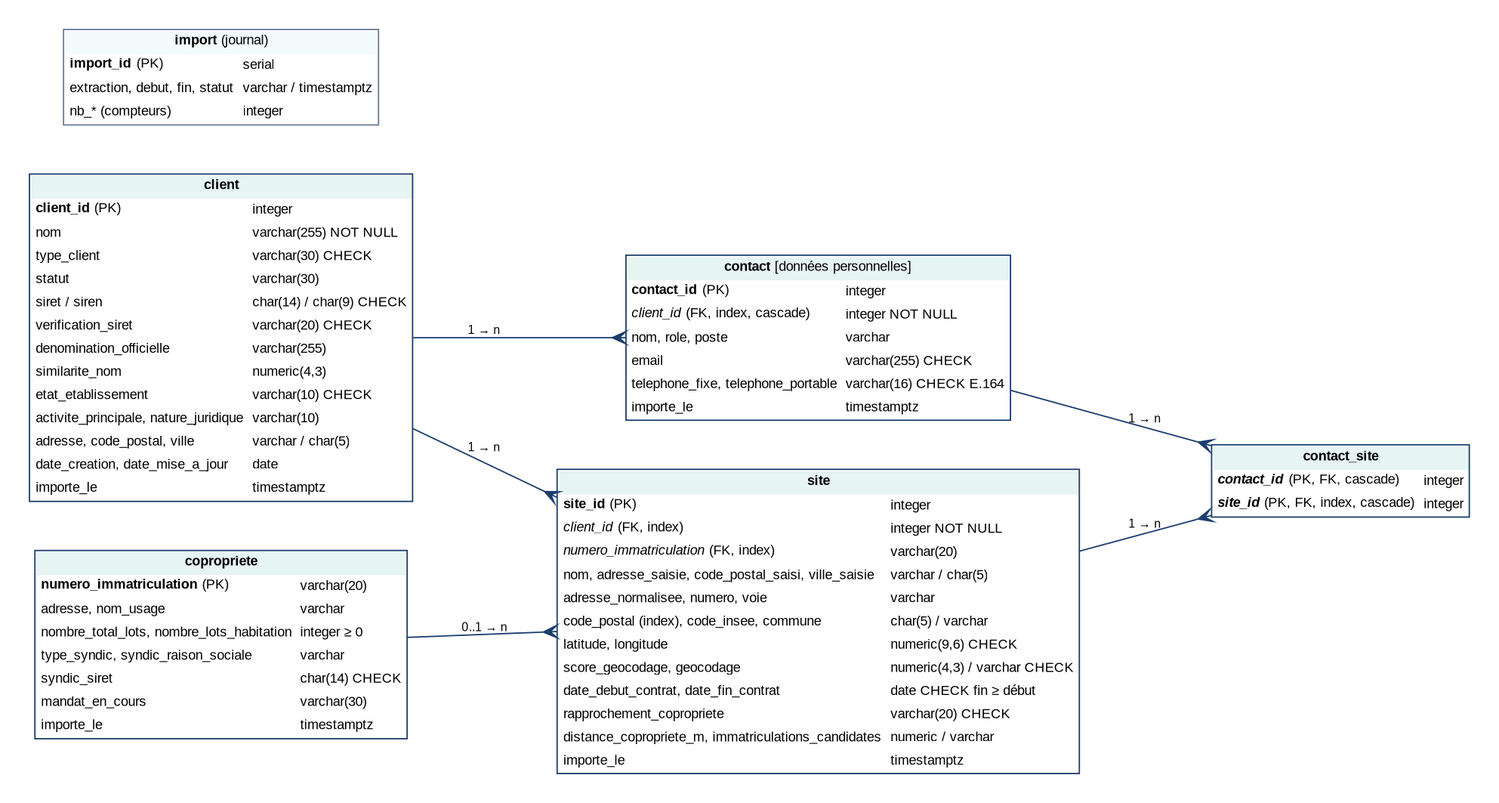
Above: docs/merise/mpd.png in nexo-rncp37827/nexo-data-pipeline (Graphviz), before the change. Its source is kept beside it as docs/merise/mpd.dot. Source of this version:
```dot
digraph MPD {
  graph [rankdir=LR, fontname="Arial", nodesep=0.5, ranksep=1.0, pad=0.3, bgcolor="white"];
  node  [shape=plain, fontname="Arial", fontsize=10];
  edge  [color="#1B3D6E", arrowhead=crow, arrowtail=none, fontname="Arial", fontsize=9];

  client [label=<<table border="1" cellborder="0" cellspacing="0" cellpadding="3" color="#1B3D6E">
    <tr><td bgcolor="#E6F4F2" colspan="2"><b>client</b></td></tr>
    <tr><td align="left"><b>client_id</b> (PK)</td><td align="left">integer</td></tr>
    <tr><td align="left">nom</td><td align="left">varchar(255) NOT NULL</td></tr>
    <tr><td align="left">type_client</td><td align="left">varchar(30) CHECK</td></tr>
    <tr><td align="left">statut</td><td align="left">varchar(30)</td></tr>
    <tr><td align="left">siret / siren</td><td align="left">char(14) / char(9) CHECK</td></tr>
    <tr><td align="left">verification_siret</td><td align="left">varchar(20) CHECK</td></tr>
    <tr><td align="left">denomination_officielle</td><td align="left">varchar(255)</td></tr>
    <tr><td align="left">similarite_nom</td><td align="left">numeric(4,3)</td></tr>
    <tr><td align="left">etat_etablissement</td><td align="left">varchar(10) CHECK</td></tr>
    <tr><td align="left">activite_principale, nature_juridique</td><td align="left">varchar(10)</td></tr>
    <tr><td align="left">adresse, code_postal, ville</td><td align="left">varchar / char(5)</td></tr>
    <tr><td align="left">date_creation, date_mise_a_jour</td><td align="left">date</td></tr>
    <tr><td align="left">importe_le</td><td align="left">timestamptz</td></tr></table>>];

  copropriete [label=<<table border="1" cellborder="0" cellspacing="0" cellpadding="3" color="#1B3D6E">
    <tr><td bgcolor="#E6F4F2" colspan="2"><b>copropriete</b></td></tr>
    <tr><td align="left"><b>numero_immatriculation</b> (PK)</td><td align="left">varchar(20)</td></tr>
    <tr><td align="left">adresse, nom_usage</td><td align="left">varchar</td></tr>
    <tr><td align="left">nombre_total_lots, nombre_lots_habitation</td><td align="left">integer ≥ 0</td></tr>
    <tr><td align="left">type_syndic, syndic_raison_sociale</td><td align="left">varchar</td></tr>
    <tr><td align="left">syndic_siret</td><td align="left">char(14) CHECK</td></tr>
    <tr><td align="left">mandat_en_cours</td><td align="left">varchar(30)</td></tr>
    <tr><td align="left">importe_le</td><td align="left">timestamptz</td></tr></table>>];

  site [label=<<table border="1" cellborder="0" cellspacing="0" cellpadding="3" color="#1B3D6E">
    <tr><td bgcolor="#E6F4F2" colspan="2"><b>site</b></td></tr>
    <tr><td align="left"><b>site_id</b> (PK)</td><td align="left">integer</td></tr>
    <tr><td align="left" port="c"><i>client_id</i> (FK, index)</td><td align="left">integer NOT NULL</td></tr>
    <tr><td align="left" port="co"><i>numero_immatriculation</i> (FK, index)</td><td align="left">varchar(20)</td></tr>
    <tr><td align="left">nom, adresse_saisie, code_postal_saisi, ville_saisie</td><td align="left">varchar / char(5)</td></tr>
    <tr><td align="left">adresse_normalisee, numero, voie</td><td align="left">varchar</td></tr>
    <tr><td align="left">code_postal (index), code_insee, commune</td><td align="left">char(5) / varchar</td></tr>
    <tr><td align="left">latitude, longitude</td><td align="left">numeric(9,6) CHECK</td></tr>
    <tr><td align="left">score_geocodage, geocodage</td><td align="left">numeric(4,3) / varchar CHECK</td></tr>
    <tr><td align="left">date_debut_contrat, date_fin_contrat</td><td align="left">date CHECK fin ≥ début</td></tr>
    <tr><td align="left">rapprochement_copropriete</td><td align="left">varchar(20) CHECK</td></tr>
    <tr><td align="left">distance_copropriete_m, immatriculations_candidates</td><td align="left">numeric / varchar</td></tr>
    <tr><td align="left">importe_le</td><td align="left">timestamptz</td></tr></table>>];

  contact [label=<<table border="1" cellborder="0" cellspacing="0" cellpadding="3" color="#1B3D6E">
    <tr><td bgcolor="#E6F4F2" colspan="2"><b>contact</b> [données personnelles]</td></tr>
    <tr><td align="left"><b>contact_id</b> (PK)</td><td align="left">integer</td></tr>
    <tr><td align="left"><i>client_id</i> (FK, index, cascade)</td><td align="left">integer NOT NULL</td></tr>
    <tr><td align="left">nom, role, poste</td><td align="left">varchar</td></tr>
    <tr><td align="left">email</td><td align="left">varchar(255) CHECK</td></tr>
    <tr><td align="left">telephone_fixe, telephone_portable</td><td align="left">varchar(16) CHECK E.164</td></tr>
    <tr><td align="left">importe_le</td><td align="left">timestamptz</td></tr></table>>];

  contact_site [label=<<table border="1" cellborder="0" cellspacing="0" cellpadding="3" color="#1B3D6E">
    <tr><td bgcolor="#E6F4F2" colspan="2"><b>contact_site</b></td></tr>
    <tr><td align="left"><b><i>contact_id</i></b> (PK, FK, cascade)</td><td align="left">integer</td></tr>
    <tr><td align="left"><b><i>site_id</i></b> (PK, FK, index, cascade)</td><td align="left">integer</td></tr></table>>];

  import [label=<<table border="1" cellborder="0" cellspacing="0" cellpadding="3" color="#6B7C9B">
    <tr><td bgcolor="#F4FCFB" colspan="2"><b>import</b> (journal)</td></tr>
    <tr><td align="left"><b>import_id</b> (PK)</td><td align="left">serial</td></tr>
    <tr><td align="left">extraction, debut, fin, statut</td><td align="left">varchar / timestamptz</td></tr>
    <tr><td align="left">nb_* (compteurs)</td><td align="left">integer</td></tr></table>>];

  client -> site [label="1 → n"];
  copropriete -> site [label="0..1 → n"];
  client -> contact [label="1 → n"];
  contact -> contact_site [label="1 → n"];
  site -> contact_site [label="1 → n"];
}
```
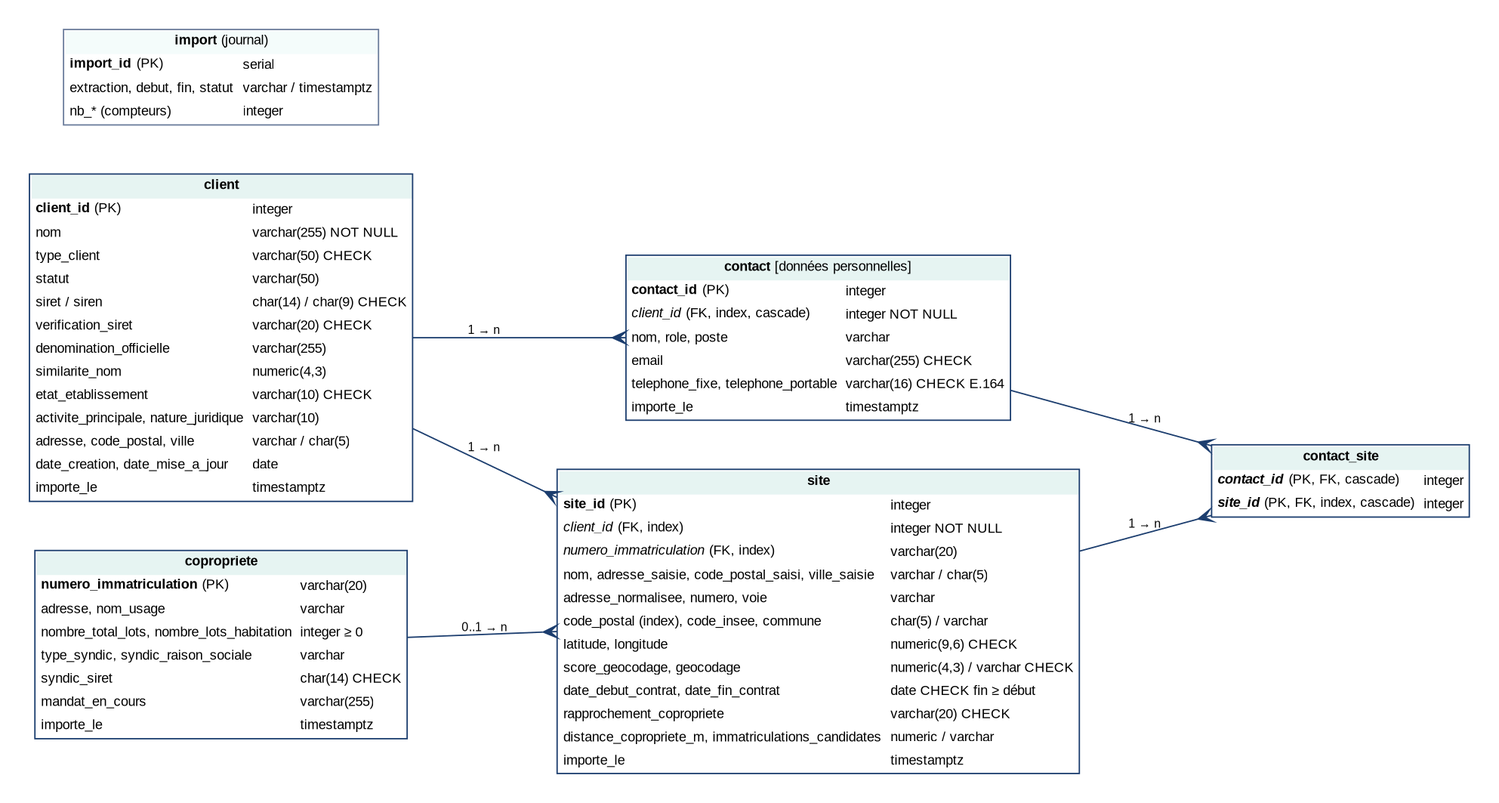
Later version of the same file.

The edit, as a diff of the source:
```diff
@@ -7,8 +7,8 @@
     <tr><td bgcolor="#E6F4F2" colspan="2"><b>client</b></td></tr>
     <tr><td align="left"><b>client_id</b> (PK)</td><td align="left">integer</td></tr>
     <tr><td align="left">nom</td><td align="left">varchar(255) NOT NULL</td></tr>
-    <tr><td align="left">type_client</td><td align="left">varchar(30) CHECK</td></tr>
-    <tr><td align="left">statut</td><td align="left">varchar(30)</td></tr>
+    <tr><td align="left">type_client</td><td align="left">varchar(50) CHECK</td></tr>
+    <tr><td align="left">statut</td><td align="left">varchar(50)</td></tr>
     <tr><td align="left">siret / siren</td><td align="left">char(14) / char(9) CHECK</td></tr>
     <tr><td align="left">verification_siret</td><td align="left">varchar(20) CHECK</td></tr>
     <tr><td align="left">denomination_officielle</td><td align="left">varchar(255)</td></tr>
@@ -26,7 +26,7 @@
     <tr><td align="left">nombre_total_lots, nombre_lots_habitation</td><td align="left">integer ≥ 0</td></tr>
     <tr><td align="left">type_syndic, syndic_raison_sociale</td><td align="left">varchar</td></tr>
     <tr><td align="left">syndic_siret</td><td align="left">char(14) CHECK</td></tr>
-    <tr><td align="left">mandat_en_cours</td><td align="left">varchar(30)</td></tr>
+    <tr><td align="left">mandat_en_cours</td><td align="left">varchar(255)</td></tr>
     <tr><td align="left">importe_le</td><td align="left">timestamptz</td></tr></table>>];
 
   site [label=<<table border="1" cellborder="0" cellspacing="0" cellpadding="3" color="#1B3D6E">
```
